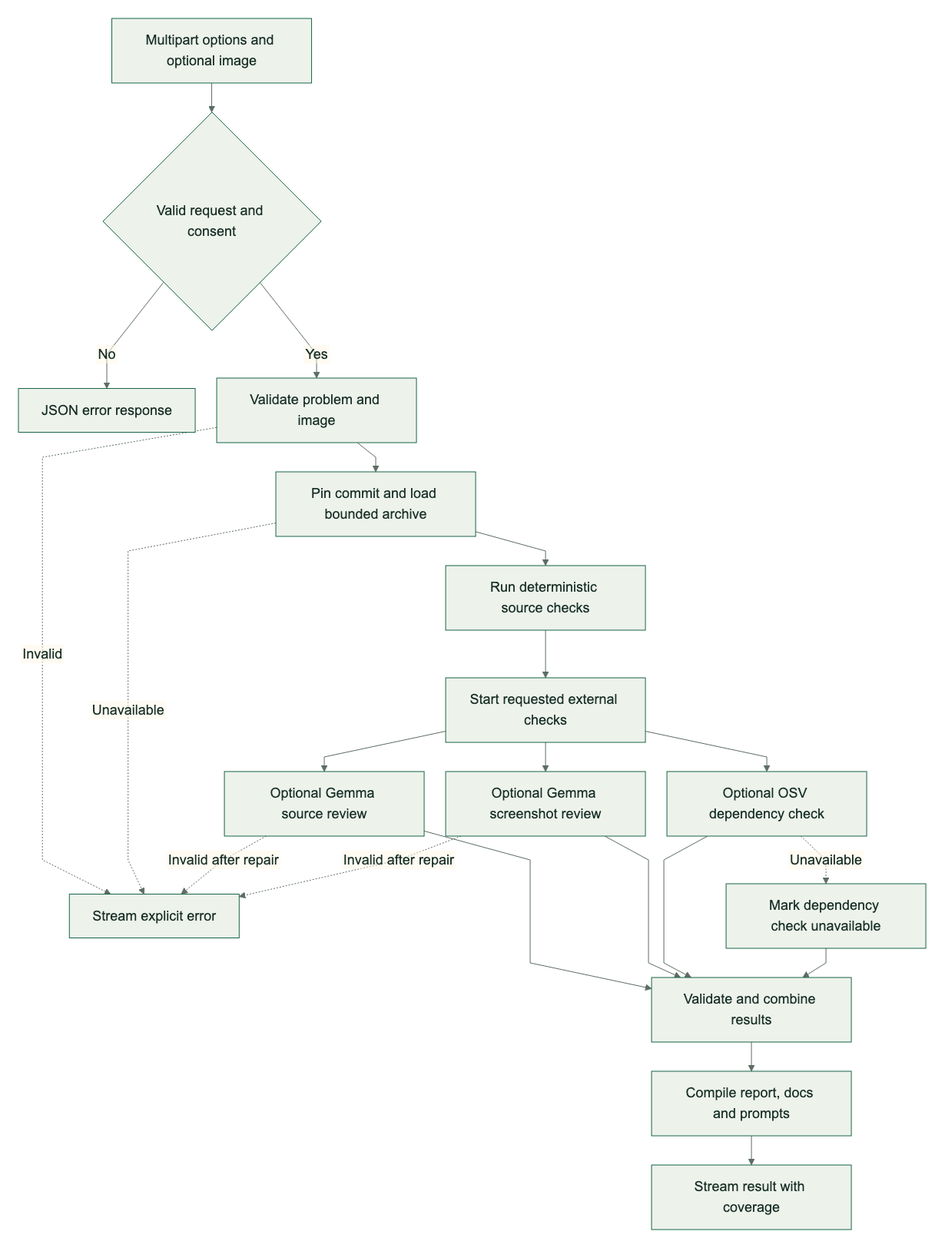
This is docs/assets/diagrams/processing.png from yatharthvishnoi08-max/buglens, a Mermaid export, as it was before one commit. Its source is kept beside it as docs/assets/diagrams/processing.mmd. Its diagram source:
```mermaid
flowchart TD
    incoming["Multipart options and optional image"] --> validRequest{"Valid request and consent"}
    validRequest -->|"No"| preError["JSON error response"]
    validRequest -->|"Yes"| evidenceValidation["Validate problem and image"]
    evidenceValidation --> snapshotLoad["Pin commit and load bounded archive"]
    snapshotLoad --> staticRules["Run deterministic source checks"]
    staticRules --> parallelChecks["Start requested external checks"]
    parallelChecks --> sourceCheck["Optional Gemma source review"]
    parallelChecks --> visualCheck["Optional Gemma screenshot review"]
    parallelChecks --> dependencyCheck["Optional OSV dependency check"]
    sourceCheck --> combineFindings["Validate and combine results"]
    visualCheck --> combineFindings
    dependencyCheck --> combineFindings
    combineFindings --> compileArtifacts["Compile report, docs and prompts"]
    compileArtifacts --> streamedResult["Stream result with coverage"]
    evidenceValidation -.->|"Invalid"| streamError["Stream explicit error"]
    snapshotLoad -.->|"Unavailable"| streamError
    sourceCheck -.->|"Invalid after repair"| streamError
    visualCheck -.->|"Invalid after repair"| streamError
    dependencyCheck -.->|"Unavailable"| partialNote["Mark dependency check unavailable"]
    partialNote --> combineFindings
```
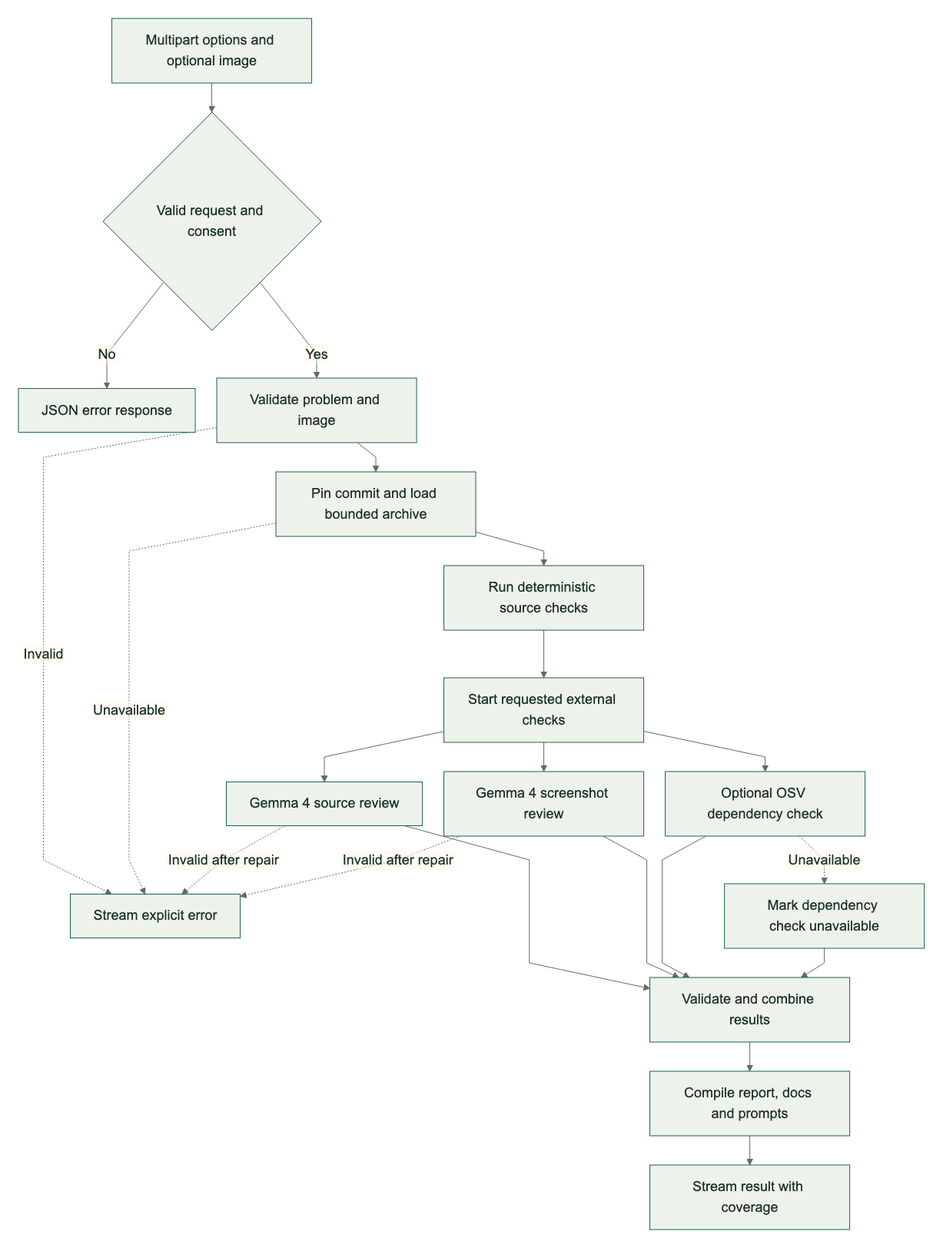
Later version of the same file.

Change to the diagram source:
```diff
@@ -5,8 +5,8 @@
     evidenceValidation --> snapshotLoad["Pin commit and load bounded archive"]
     snapshotLoad --> staticRules["Run deterministic source checks"]
     staticRules --> parallelChecks["Start requested external checks"]
-    parallelChecks --> sourceCheck["Optional Gemma source review"]
-    parallelChecks --> visualCheck["Optional Gemma screenshot review"]
+    parallelChecks --> sourceCheck["Gemma 4 source review"]
+    parallelChecks --> visualCheck["Gemma 4 screenshot review"]
     parallelChecks --> dependencyCheck["Optional OSV dependency check"]
     sourceCheck --> combineFindings["Validate and combine results"]
     visualCheck --> combineFindings
```
